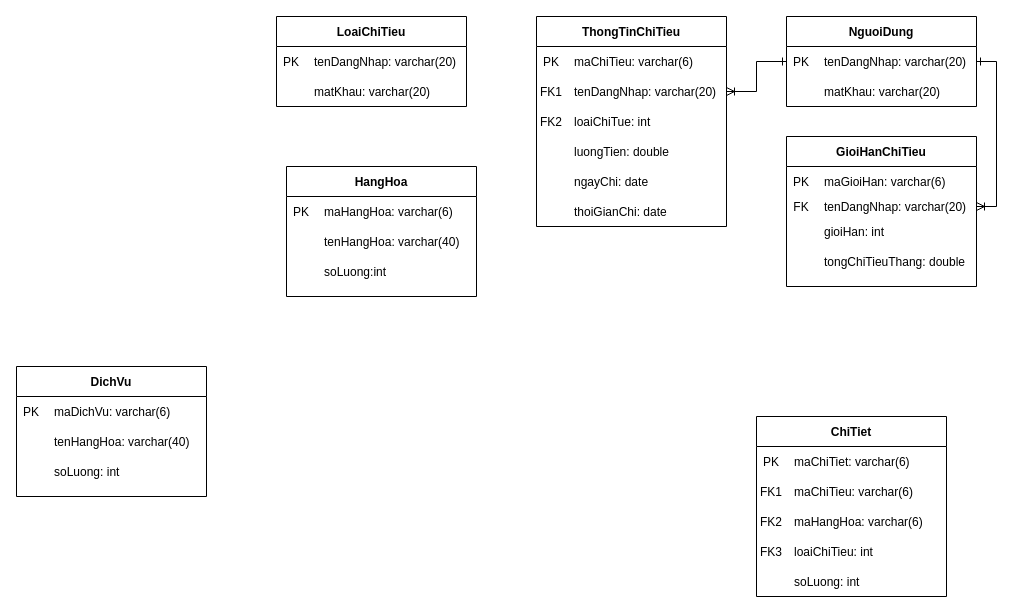
Earlier version of the draw.io diagram Diagrams/ERD.drawio (AkallHuynh/IS216.L21.HTCL-Java). Source tidied: cells renumbered, new cells numbered last; positions are measured from the earlier drawing's top-left corner, leaving out a move shared by most shapes. Both pictures are drawn from the tidied source at 100%, with x=0, y=0 at pixel (16, 16).
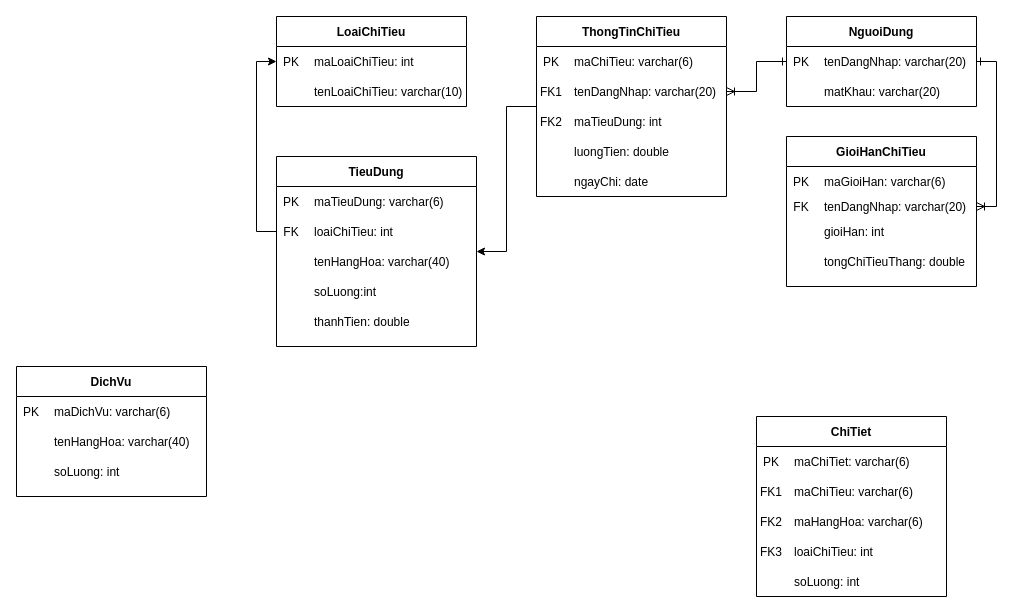
The same page after the edit.

Commit message:
Hoàn chỉnh ERD.drawio

The change refers to these unchanged cells:
```xml
<mxCell id="10" style="shape=partialRectangle;fillColor=none;top=0;left=0;bottom=0;right=0;" parent="3" vertex="1">
  <mxGeometry y="60" width="190" height="30" as="geometry" />
</mxCell>
<mxCell id="85" value="LoaiChiTieu" style="swimlane;fontStyle=1;horizontal=1;startSize=30;fillColor=#ffffff;swimlaneFillColor=#ffffff;" parent="1" vertex="1">
  <mxGeometry x="260" width="190" height="90" as="geometry" />
</mxCell>
<mxCell id="87" style="shape=partialRectangle;fillColor=none;top=0;left=0;bottom=0;right=0;" parent="86" vertex="1">
  <mxGeometry width="190" height="30" as="geometry" />
</mxCell>
<mxCell id="90" style="shape=partialRectangle;fillColor=none;top=0;left=0;bottom=0;right=0;" parent="86" vertex="1">
  <mxGeometry y="30" width="190" height="30" as="geometry" />
</mxCell>
```

Diff of the diagram source:
```diff
@@
+    <mxCell id="93" style="edgeStyle=orthogonalEdgeStyle;rounded=0;jettySize=auto;html=1;" parent="1" edge="1" source="2" target="36">
+      <mxGeometry relative="1" as="geometry" />
+    </mxCell>
     <mxCell id="2" value="ThongTinChiTieu" style="swimlane;fontStyle=1;horizontal=1;startSize=30;fillColor=#ffffff;swimlaneFillColor=#ffffff;" parent="1" vertex="1">
-      <mxGeometry x="520" width="190" height="210" as="geometry" />
+      <mxGeometry x="520" width="190" height="180" as="geometry" />
     </mxCell>
     <mxCell id="3" style="shape=table;startSize=0;childLayout=tableLayout;rowLines=0;fontStyle=0;align=center;strokeColor=none;fillColor=none;" parent="2" vertex="1">
-      <mxGeometry y="30" width="190" height="180" as="geometry" />
+      <mxGeometry y="30" width="190" height="150" as="geometry" />
     </mxCell>
@@
-    <mxCell id="12" value="loaiChiTue: int" style="shape=partialRectangle;fillColor=none;top=0;left=0;bottom=0;right=0;align=left;spacingLeft=6;overflow=hidden;" parent="10" vertex="1">
-      <mxGeometry x="30" width="160" height="30" as="geometry" />
-    </mxCell>
+    <mxCell id="94" value="maTieuDung: int" style="shape=partialRectangle;fillColor=none;top=0;left=0;bottom=0;right=0;align=left;spacingLeft=6;overflow=hidden;" parent="10" vertex="1">
+      <mxGeometry x="30" width="160" height="30" as="geometry" />
+    </mxCell>
@@
-    <mxCell id="19" style="shape=partialRectangle;fillColor=none;top=0;left=0;bottom=0;right=0;" parent="3" vertex="1">
-      <mxGeometry y="150" width="190" height="30" as="geometry" />
-    </mxCell>
-    <mxCell id="20" style="shape=partialRectangle;fillColor=none;top=0;left=0;bottom=0;right=0;overflow=hidden;" parent="19" vertex="1">
-      <mxGeometry width="30" height="30" as="geometry" />
-    </mxCell>
-    <mxCell id="21" value="thoiGianChi: date" style="shape=partialRectangle;fillColor=none;top=0;left=0;bottom=0;right=0;align=left;spacingLeft=6;overflow=hidden;" parent="19" vertex="1">
-      <mxGeometry x="30" width="160" height="30" as="geometry" />
-    </mxCell>
@@
-    <mxCell id="36" value="HangHoa" style="swimlane;fontStyle=1;horizontal=1;startSize=30;fillColor=#ffffff;swimlaneFillColor=#ffffff;" parent="1" vertex="1">
-      <mxGeometry x="270" y="150" width="190" height="130" as="geometry" />
+    <mxCell id="36" value="TieuDung" style="swimlane;fontStyle=1;horizontal=1;startSize=30;fillColor=#ffffff;swimlaneFillColor=#ffffff;" parent="1" vertex="1">
+      <mxGeometry x="260" y="140" width="200" height="190" as="geometry" />
     </mxCell>
     <mxCell id="37" style="shape=table;startSize=0;childLayout=tableLayout;rowLines=0;fontStyle=0;align=center;strokeColor=none;fillColor=none;" parent="36" vertex="1">
-      <mxGeometry y="30" width="190" height="100" as="geometry" />
+      <mxGeometry y="30" width="200" height="160" as="geometry" />
     </mxCell>
     <mxCell id="38" style="shape=partialRectangle;fillColor=none;top=0;left=0;bottom=0;right=0;" parent="37" vertex="1">
-      <mxGeometry width="190" height="30" as="geometry" />
+      <mxGeometry width="200" height="30" as="geometry" />
     </mxCell>
@@
-    <mxCell id="40" value="maHangHoa: varchar(6)" style="shape=partialRectangle;fillColor=none;top=0;left=0;bottom=0;right=0;align=left;spacingLeft=6;overflow=hidden;" parent="38" vertex="1">
-      <mxGeometry x="30" width="160" height="30" as="geometry" />
+    <mxCell id="40" value="maTieuDung: varchar(6)" style="shape=partialRectangle;fillColor=none;top=0;left=0;bottom=0;right=0;align=left;spacingLeft=6;overflow=hidden;" parent="38" vertex="1">
+      <mxGeometry x="30" width="170" height="30" as="geometry" />
     </mxCell>
+    <mxCell id="95" style="shape=partialRectangle;fillColor=none;top=0;left=0;bottom=0;right=0;points=[[0,0.5],[1,0.5]];portConstraint=eastwest;" parent="37" vertex="1">
+      <mxGeometry y="30" width="200" height="30" as="geometry" />
+    </mxCell>
+    <mxCell id="96" value="FK" style="shape=partialRectangle;fillColor=none;top=0;left=0;bottom=0;right=0;overflow=hidden;" parent="95" vertex="1">
+      <mxGeometry width="30" height="30" as="geometry" />
+    </mxCell>
+    <mxCell id="97" value="loaiChiTieu: int" style="shape=partialRectangle;fillColor=none;top=0;left=0;bottom=0;right=0;align=left;spacingLeft=6;overflow=hidden;" parent="95" vertex="1">
+      <mxGeometry x="30" width="170" height="30" as="geometry" />
+    </mxCell>
     <mxCell id="41" style="shape=partialRectangle;fillColor=none;top=0;left=0;bottom=0;right=0;" parent="37" vertex="1">
-      <mxGeometry y="30" width="190" height="30" as="geometry" />
+      <mxGeometry y="60" width="200" height="30" as="geometry" />
     </mxCell>
@@
     <mxCell id="43" value="tenHangHoa: varchar(40)" style="shape=partialRectangle;fillColor=none;top=0;left=0;bottom=0;right=0;align=left;spacingLeft=6;overflow=hidden;" parent="41" vertex="1">
-      <mxGeometry x="30" width="160" height="30" as="geometry" />
+      <mxGeometry x="30" width="170" height="30" as="geometry" />
     </mxCell>
     <mxCell id="44" style="shape=partialRectangle;fillColor=none;top=0;left=0;bottom=0;right=0;" parent="37" vertex="1">
-      <mxGeometry y="60" width="190" height="30" as="geometry" />
+      <mxGeometry y="90" width="200" height="30" as="geometry" />
     </mxCell>
@@
     <mxCell id="46" value="soLuong:int " style="shape=partialRectangle;fillColor=none;top=0;left=0;bottom=0;right=0;align=left;spacingLeft=6;overflow=hidden;" parent="44" vertex="1">
-      <mxGeometry x="30" width="160" height="30" as="geometry" />
+      <mxGeometry x="30" width="170" height="30" as="geometry" />
     </mxCell>
+    <mxCell id="98" style="shape=partialRectangle;fillColor=none;top=0;left=0;bottom=0;right=0;" parent="37" vertex="1">
+      <mxGeometry y="120" width="200" height="30" as="geometry" />
+    </mxCell>
+    <mxCell id="20" style="shape=partialRectangle;fillColor=none;top=0;left=0;bottom=0;right=0;overflow=hidden;" parent="98" vertex="1">
+      <mxGeometry width="30" height="30" as="geometry" />
+    </mxCell>
+    <mxCell id="99" value="thanhTien: double" style="shape=partialRectangle;fillColor=none;top=0;left=0;bottom=0;right=0;align=left;spacingLeft=6;overflow=hidden;" parent="98" vertex="1">
+      <mxGeometry x="30" width="170" height="30" as="geometry" />
+    </mxCell>
@@
-    <mxCell id="89" value="tenDangNhap: varchar(20)" style="shape=partialRectangle;fillColor=none;top=0;left=0;bottom=0;right=0;align=left;spacingLeft=6;overflow=hidden;" parent="87" vertex="1">
+    <mxCell id="89" value="maLoaiChiTieu: int" style="shape=partialRectangle;fillColor=none;top=0;left=0;bottom=0;right=0;align=left;spacingLeft=6;overflow=hidden;" parent="87" vertex="1">
       <mxGeometry x="30" width="160" height="30" as="geometry" />
     </mxCell>
@@
-    <mxCell id="92" value="matKhau: varchar(20)" style="shape=partialRectangle;fillColor=none;top=0;left=0;bottom=0;right=0;align=left;spacingLeft=6;overflow=hidden;" parent="90" vertex="1">
+    <mxCell id="92" value="tenLoaiChiTieu: varchar(10)" style="shape=partialRectangle;fillColor=none;top=0;left=0;bottom=0;right=0;align=left;spacingLeft=6;overflow=hidden;" parent="90" vertex="1">
       <mxGeometry x="30" width="160" height="30" as="geometry" />
     </mxCell>
+    <mxCell id="100" style="edgeStyle=orthogonalEdgeStyle;rounded=0;jettySize=auto;html=1;" parent="1" edge="1" source="95" target="85">
+      <mxGeometry relative="1" as="geometry">
+        <Array as="points">
+          <mxPoint x="240" y="215" />
+          <mxPoint x="240" y="45" />
+        </Array>
+      </mxGeometry>
+    </mxCell>
```
